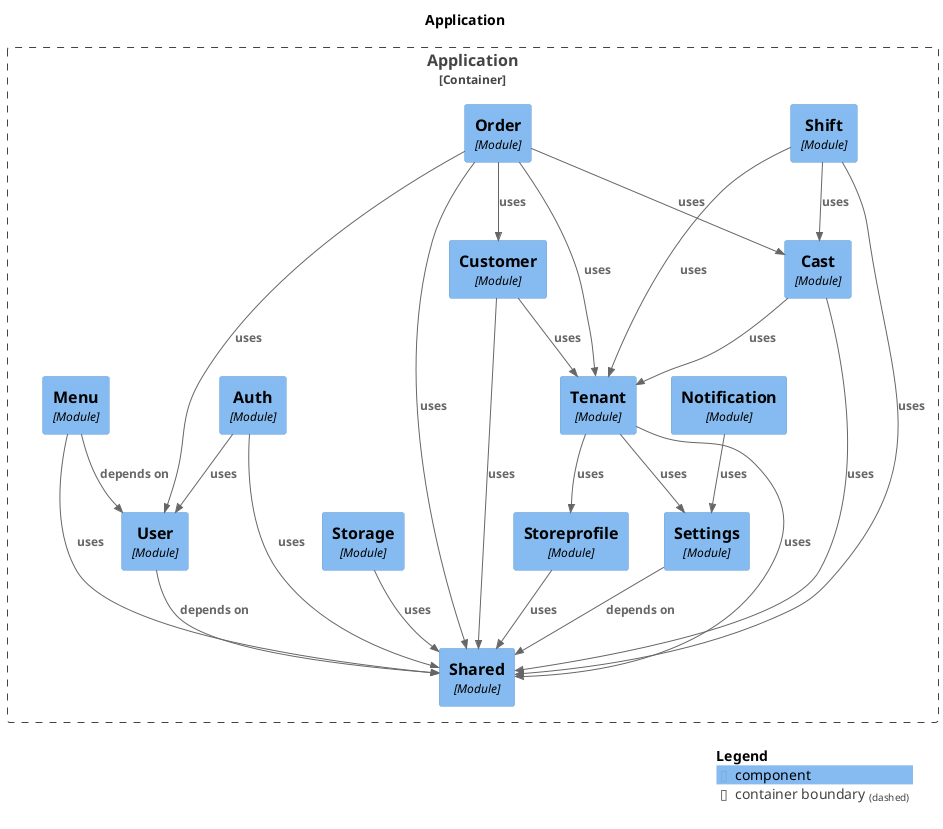
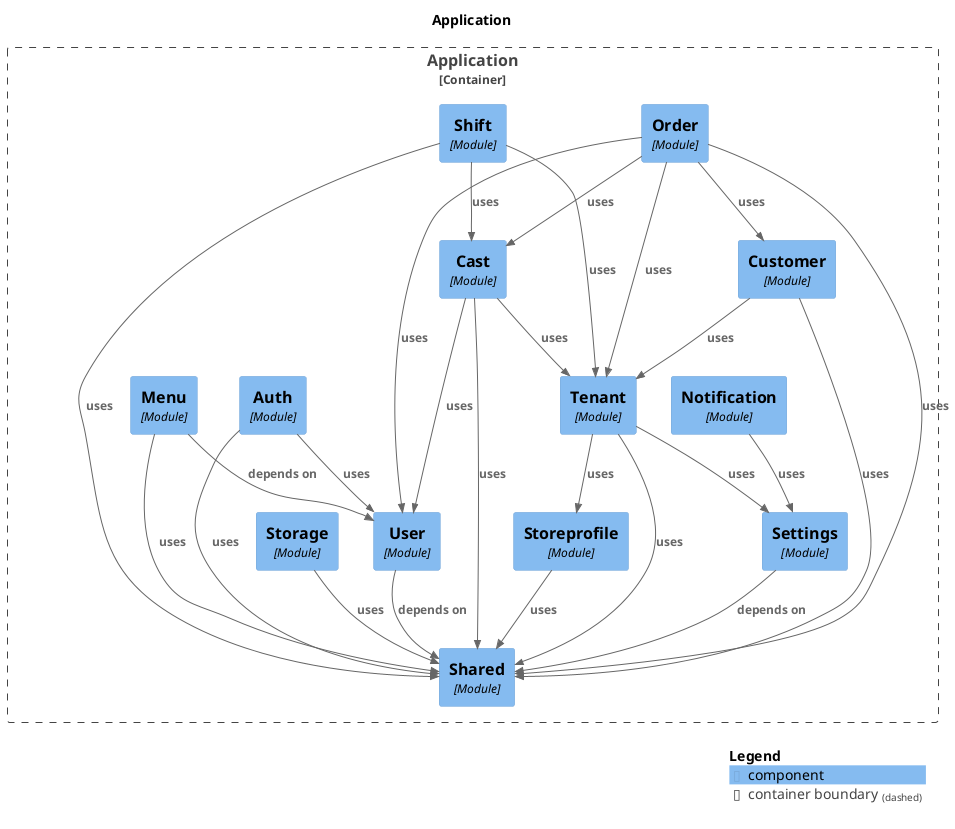
@startuml
set separator none
title Application

top to bottom direction

!include <C4/C4>
!include <C4/C4_Context>
!include <C4/C4_Component>

Container_Boundary("Application.Application_boundary", "Application", $tags="") {
+   Component(Application.Application.Notification, "Notification", $techn="Module", $descr="", $tags="", $link="")
  Component(Application.Application.Tenant, "Tenant", $techn="Module", $descr="", $tags="", $link="")
  Component(Application.Application.Cast, "Cast", $techn="Module", $descr="", $tags="", $link="")
  Component(Application.Application.Customer, "Customer", $techn="Module", $descr="", $tags="", $link="")
-   Component(Application.Application.Notification, "Notification", $techn="Module", $descr="", $tags="", $link="")
  Component(Application.Application.Order, "Order", $techn="Module", $descr="", $tags="", $link="")
  Component(Application.Application.Shift, "Shift", $techn="Module", $descr="", $tags="", $link="")
  Component(Application.Application.Shared, "Shared", $techn="Module", $descr="", $tags="", $link="")
  Component(Application.Application.Settings, "Settings", $techn="Module", $descr="", $tags="", $link="")
  Component(Application.Application.Storage, "Storage", $techn="Module", $descr="", $tags="", $link="")
  Component(Application.Application.Storeprofile, "Storeprofile", $techn="Module", $descr="", $tags="", $link="")
  Component(Application.Application.User, "User", $techn="Module", $descr="", $tags="", $link="")
  Component(Application.Application.Auth, "Auth", $techn="Module", $descr="", $tags="", $link="")
  Component(Application.Application.Menu, "Menu", $techn="Module", $descr="", $tags="", $link="")
}

- Rel(Application.Application.Shift, Application.Application.Shared, "uses", $techn="", $tags="", $link="")
- Rel(Application.Application.Shift, Application.Application.Tenant, "uses", $techn="", $tags="", $link="")
- Rel(Application.Application.Shift, Application.Application.Cast, "uses", $techn="", $tags="", $link="")
+ Rel(Application.Application.User, Application.Application.Shared, "depends on", $techn="", $tags="", $link="")
+ Rel(Application.Application.Storeprofile, Application.Application.Shared, "uses", $techn="", $tags="", $link="")
+ Rel(Application.Application.Auth, Application.Application.User, "uses", $techn="", $tags="", $link="")
+ Rel(Application.Application.Auth, Application.Application.Shared, "uses", $techn="", $tags="", $link="")
+ Rel(Application.Application.Customer, Application.Application.Shared, "uses", $techn="", $tags="", $link="")
+ Rel(Application.Application.Customer, Application.Application.Tenant, "uses", $techn="", $tags="", $link="")
+ Rel(Application.Application.Notification, Application.Application.Settings, "uses", $techn="", $tags="", $link="")
+ Rel(Application.Application.Storage, Application.Application.Shared, "uses", $techn="", $tags="", $link="")
Rel(Application.Application.Order, Application.Application.Customer, "uses", $techn="", $tags="", $link="")
Rel(Application.Application.Order, Application.Application.Cast, "uses", $techn="", $tags="", $link="")
Rel(Application.Application.Order, Application.Application.User, "uses", $techn="", $tags="", $link="")
Rel(Application.Application.Order, Application.Application.Tenant, "uses", $techn="", $tags="", $link="")
Rel(Application.Application.Order, Application.Application.Shared, "uses", $techn="", $tags="", $link="")
- Rel(Application.Application.Settings, Application.Application.Shared, "depends on", $techn="", $tags="", $link="")
- Rel(Application.Application.Auth, Application.Application.User, "uses", $techn="", $tags="", $link="")
- Rel(Application.Application.Auth, Application.Application.Shared, "uses", $techn="", $tags="", $link="")
+ Rel(Application.Application.Shift, Application.Application.Shared, "uses", $techn="", $tags="", $link="")
+ Rel(Application.Application.Shift, Application.Application.Tenant, "uses", $techn="", $tags="", $link="")
+ Rel(Application.Application.Shift, Application.Application.Cast, "uses", $techn="", $tags="", $link="")
+ Rel(Application.Application.Cast, Application.Application.User, "uses", $techn="", $tags="", $link="")
+ Rel(Application.Application.Cast, Application.Application.Tenant, "uses", $techn="", $tags="", $link="")
+ Rel(Application.Application.Cast, Application.Application.Shared, "uses", $techn="", $tags="", $link="")
+ Rel(Application.Application.Tenant, Application.Application.Storeprofile, "uses", $techn="", $tags="", $link="")
+ Rel(Application.Application.Tenant, Application.Application.Settings, "uses", $techn="", $tags="", $link="")
+ Rel(Application.Application.Tenant, Application.Application.Shared, "uses", $techn="", $tags="", $link="")
Rel(Application.Application.Menu, Application.Application.User, "depends on", $techn="", $tags="", $link="")
Rel(Application.Application.Menu, Application.Application.Shared, "uses", $techn="", $tags="", $link="")
- Rel(Application.Application.Cast, Application.Application.Shared, "uses", $techn="", $tags="", $link="")
- Rel(Application.Application.Cast, Application.Application.Tenant, "uses", $techn="", $tags="", $link="")
- Rel(Application.Application.Notification, Application.Application.Settings, "uses", $techn="", $tags="", $link="")
- Rel(Application.Application.Tenant, Application.Application.Storeprofile, "uses", $techn="", $tags="", $link="")
- Rel(Application.Application.Tenant, Application.Application.Shared, "uses", $techn="", $tags="", $link="")
- Rel(Application.Application.Tenant, Application.Application.Settings, "uses", $techn="", $tags="", $link="")
- Rel(Application.Application.Storage, Application.Application.Shared, "uses", $techn="", $tags="", $link="")
- Rel(Application.Application.Customer, Application.Application.Shared, "uses", $techn="", $tags="", $link="")
- Rel(Application.Application.Customer, Application.Application.Tenant, "uses", $techn="", $tags="", $link="")
- Rel(Application.Application.Storeprofile, Application.Application.Shared, "uses", $techn="", $tags="", $link="")
- Rel(Application.Application.User, Application.Application.Shared, "depends on", $techn="", $tags="", $link="")
+ Rel(Application.Application.Settings, Application.Application.Shared, "depends on", $techn="", $tags="", $link="")

SHOW_LEGEND(true)
@enduml